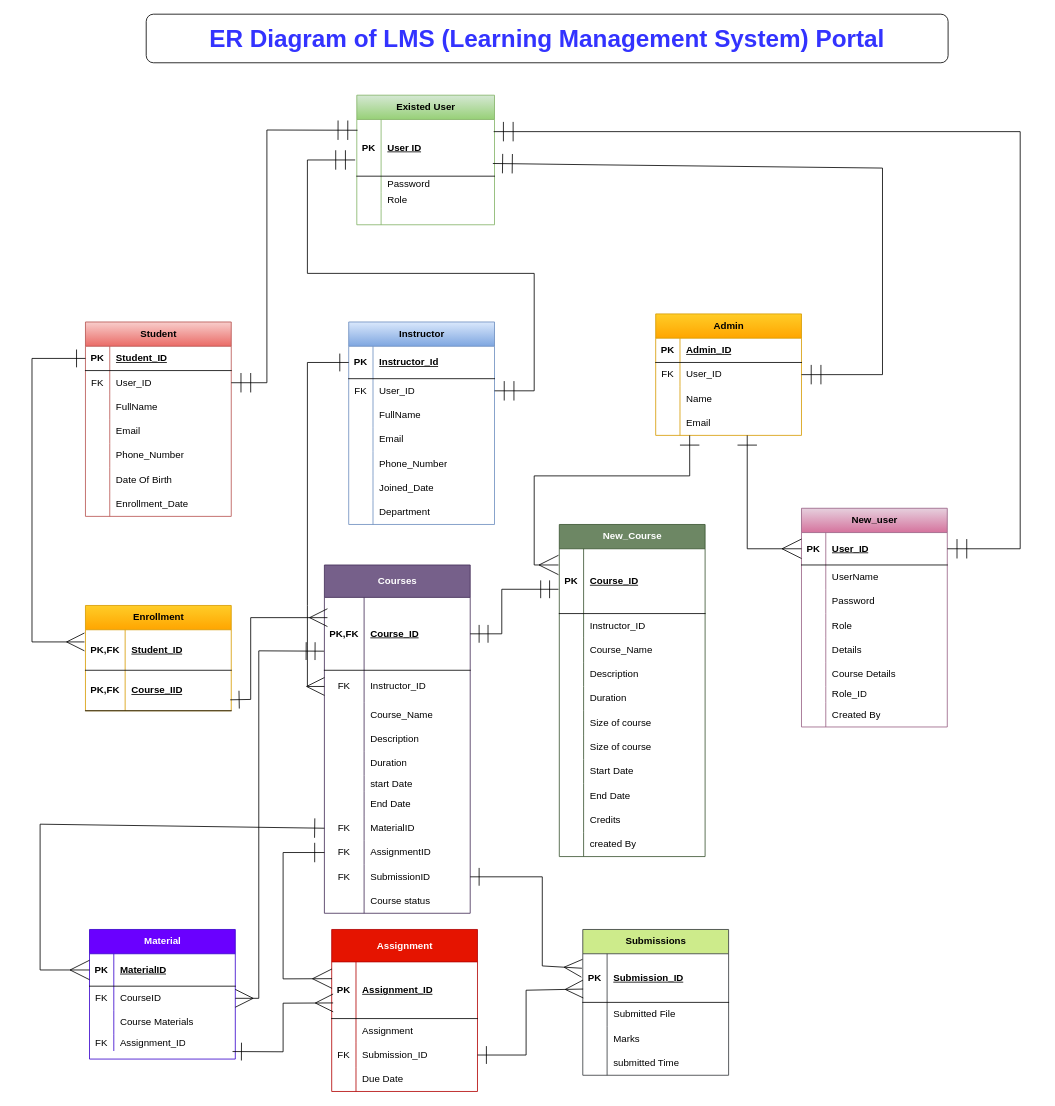
Swapnaakula261/LMS_Portal keeps this draw.io diagram as Swapna_LMS.drawio. Above is the earlier version. Source tidied: cells renumbered, new cells numbered last; positions are measured from the earlier drawing's top-left corner, leaving out a move shared by most shapes. Both pictures are drawn from the tidied source at 81%, with x=0, y=0 at pixel (32, 14).
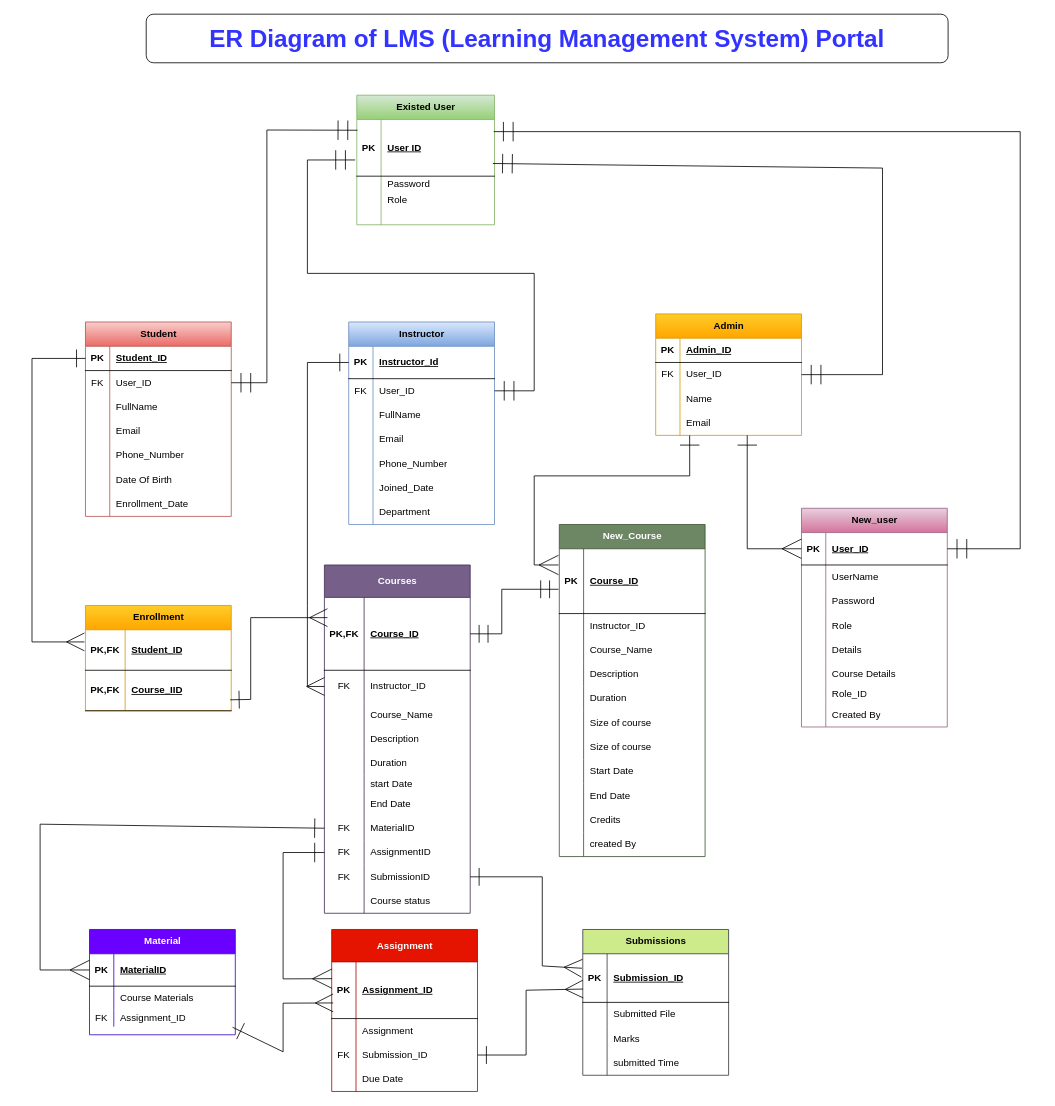
Above is the later version.

Unchanged cells that the change refers to:
```xml
<mxCell id="132" style="shape=tableRow;horizontal=0;startSize=0;swimlaneHead=0;swimlaneBody=0;fillColor=none;points=[[0,0.5],[1,0.5]];portConstraint=eastwest;top=0;left=0;right=0;bottom=1;" parent="131" vertex="1">
  <mxGeometry y="40" width="180" height="90" as="geometry" />
</mxCell>
```

What changed in the source:
```diff
@@
     <mxCell id="178" value="Material" style="shape=table;startSize=30;childLayout=tableLayout;rowLines=0;fontStyle=1;align=center;html=1;fillColor=#6a00ff;fontColor=#ffffff;strokeColor=#3700CC;" parent="1" vertex="1">
-      <mxGeometry x="71" y="1130" width="180" height="160" as="geometry" />
+      <mxGeometry x="71" y="1130" width="180" height="130" as="geometry" />
     </mxCell>
@@
-    <mxCell id="182" style="shape=tableRow;horizontal=0;startSize=0;swimlaneHead=0;swimlaneBody=0;fillColor=none;points=[[0,0.5],[1,0.5]];portConstraint=eastwest;top=0;left=0;right=0;bottom=0;" parent="178" vertex="1">
-      <mxGeometry y="70" width="180" height="30" as="geometry" />
-    </mxCell>
-    <mxCell id="183" value="FK" style="shape=partialRectangle;fillColor=none;top=0;left=0;bottom=0;right=0;overflow=hidden;whiteSpace=wrap;html=1;" parent="182" vertex="1">
-      <mxGeometry width="30" height="30" as="geometry" />
-    </mxCell>
-    <mxCell id="184" value="CourseID" style="shape=partialRectangle;fillColor=none;top=0;left=0;bottom=0;right=0;align=left;spacingLeft=6;overflow=hidden;whiteSpace=wrap;html=1;" parent="182" vertex="1">
-      <mxGeometry x="30" width="150" height="30" as="geometry" />
-    </mxCell>
     <mxCell id="185" style="shape=tableRow;horizontal=0;startSize=0;swimlaneHead=0;swimlaneBody=0;fillColor=none;top=0;left=0;right=0;bottom=0;" parent="178" vertex="1">
-      <mxGeometry y="100" width="180" height="30" as="geometry" />
+      <mxGeometry y="70" width="180" height="30" as="geometry" />
     </mxCell>
@@
     <mxCell id="188" style="shape=tableRow;horizontal=0;startSize=0;swimlaneHead=0;swimlaneBody=0;fillColor=none;points=[[0,0.5],[1,0.5]];portConstraint=eastwest;top=0;left=0;right=0;bottom=0;" parent="178" vertex="1">
-      <mxGeometry y="130" width="180" height="20" as="geometry" />
+      <mxGeometry y="100" width="180" height="20" as="geometry" />
     </mxCell>
@@
-    <mxCell id="225" style="endArrow=ERmandOne;html=1;rounded=0;endFill=0;startArrow=ERmany;startFill=0;startSize=20;endSize=20;entryX=-0.003;entryY=0.738;entryDx=0;entryDy=0;entryPerimeter=0;exitX=1;exitY=0.5;exitDx=0;exitDy=0;" parent="1" edge="1" source="182" target="132">
-      <mxGeometry relative="1" as="geometry">
-        <Array as="points">
-          <mxPoint x="280" y="1215" />
-          <mxPoint x="280" y="786" />
-        </Array>
-      </mxGeometry>
-    </mxCell>
```
